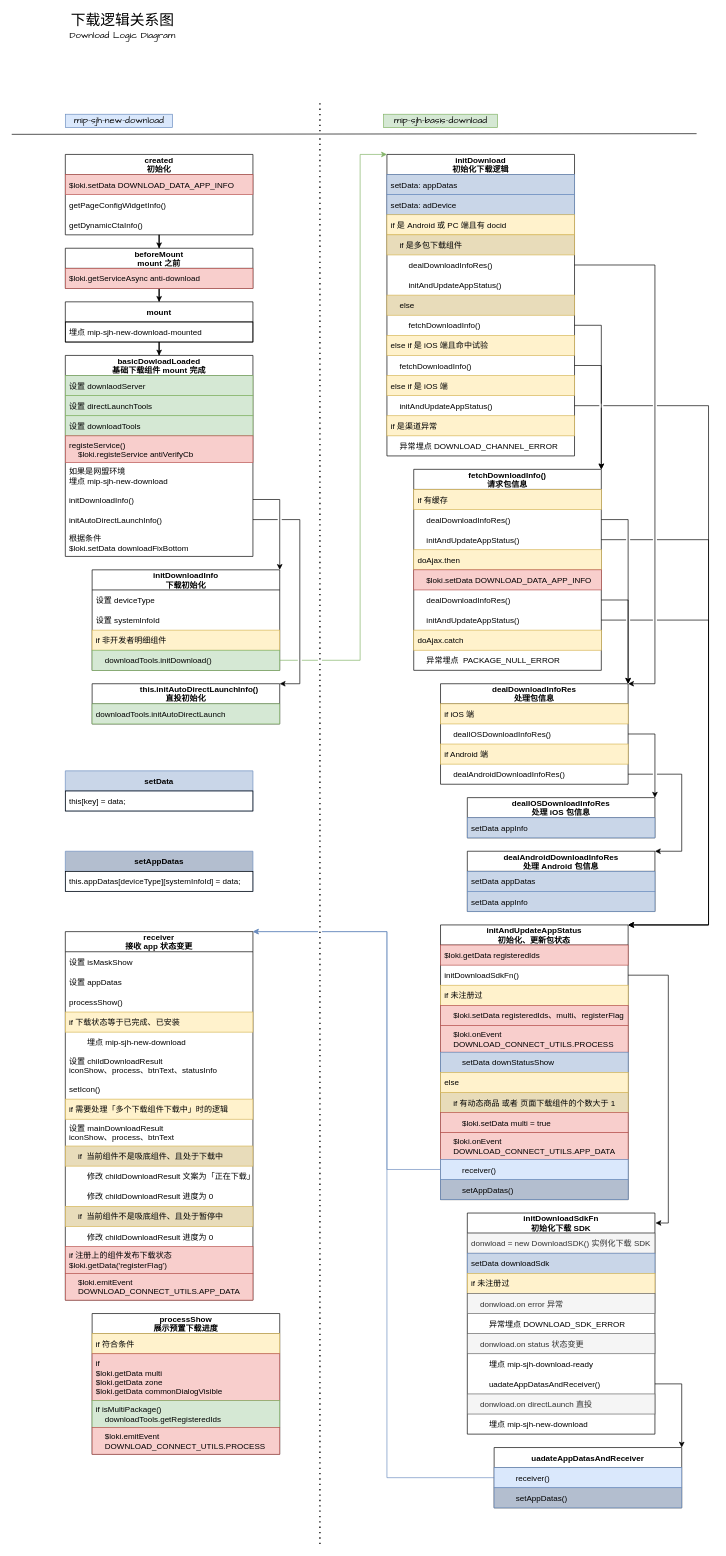
Before: 下载逻辑关系图.drawio in qqqqqcy/processon, a draw.io diagram. Source tidied: cells renumbered, new cells numbered last; positions are measured from the earlier drawing's top-left corner, leaving out a move shared by most shapes. Both pictures are drawn from the tidied source at 67%, with x=0, y=0 at pixel (11, 13).
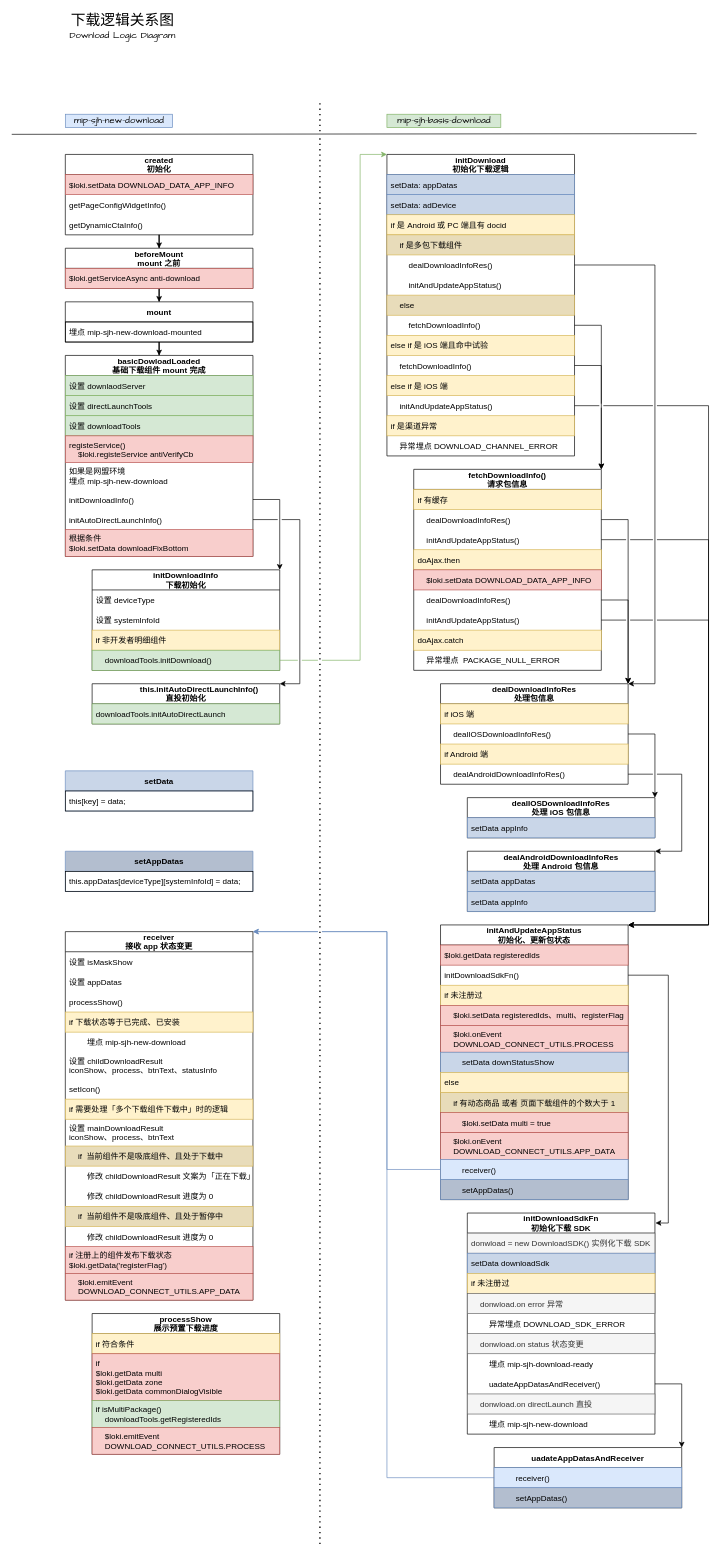
The same page after the edit.

Commit message (it also covers changes not shown here):
Update 下载逻辑关系图.drawio

The change refers to these unchanged cells:
```xml
<mxCell id="13" value="basicDowloadLoaded&#10;基础下载组件 mount 完成" style="swimlane;fontStyle=1;horizontal=1;startSize=30;rounded=0;" parent="1" vertex="1">
  <mxGeometry x="80" y="510" width="280" height="300" as="geometry" />
</mxCell>
```

The edit, as a diff of the source:
```diff
@@
-    <mxCell id="21" value="根据条件&#10;$loki.setData downloadFixBottom" style="text;align=left;verticalAlign=middle;spacingLeft=4;spacingRight=4;overflow=hidden;strokeColor=none;rounded=0;" parent="13" vertex="1">
+    <mxCell id="21" value="根据条件&#10;$loki.setData downloadFixBottom" style="text;align=left;verticalAlign=middle;spacingLeft=4;spacingRight=4;overflow=hidden;strokeColor=#b85450;rounded=0;fillColor=#f8cecc;" parent="13" vertex="1">
       <mxGeometry y="260" width="280" height="40" as="geometry" />
     </mxCell>
@@
     <mxCell id="131" value="mip-sjh-basis-download" style="text;html=1;align=center;verticalAlign=middle;strokeColor=#82b366;fillColor=#d5e8d4;fontSize=14;fontFamily=Comic Sans MS;" parent="1" vertex="1">
-      <mxGeometry x="555" y="150" width="170" height="20" as="geometry" />
+      <mxGeometry x="560" y="150" width="170" height="20" as="geometry" />
     </mxCell>
```
